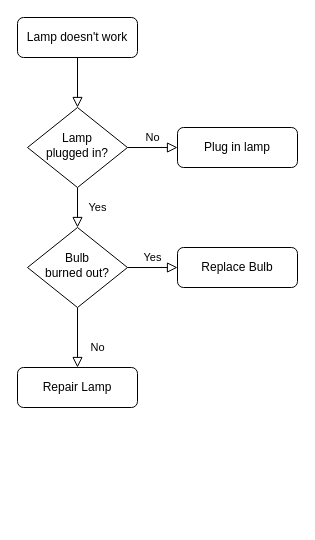
Before: Untitled Diagram.drawio in kiethuynh468/Test, a draw.io diagram. Source tidied: cells renumbered, new cells numbered last; positions are measured from the earlier drawing's top-left corner, leaving out a move shared by most shapes. Both pictures are drawn from the tidied source at 100%, with x=0, y=0 at pixel (17, 17).
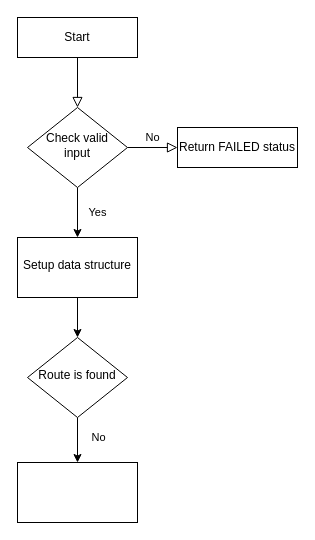
After the change.

What changed in the source:
```diff
@@
 <mxGraphModel>
   <root>
     <mxCell id="0" />
     <mxCell id="1" parent="0" />
     <mxCell id="2" style="rounded=0;html=1;jettySize=auto;fontSize=11;endArrow=block;endFill=0;endSize=8;strokeWidth=1;shadow=0;labelBackgroundColor=none;edgeStyle=orthogonalEdgeStyle;" parent="1" edge="1" source="3" target="6">
       <mxGeometry relative="1" as="geometry" />
     </mxCell>
-    <mxCell id="3" value="Lamp doesn't work" style="rounded=1;whiteSpace=wrap;html=1;fontSize=12;glass=0;strokeWidth=1;shadow=0;" parent="1" vertex="1">
+    <mxCell id="3" value="Start" style="rounded=0;whiteSpace=wrap;html=1;fontSize=12;glass=0;strokeWidth=1;shadow=0;" parent="1" vertex="1">
       <mxGeometry width="120" height="40" as="geometry" />
     </mxCell>
-    <mxCell id="4" value="Yes" style="rounded=0;html=1;jettySize=auto;fontSize=11;endArrow=block;endFill=0;endSize=8;strokeWidth=1;shadow=0;labelBackgroundColor=none;edgeStyle=orthogonalEdgeStyle;" parent="1" edge="1" source="6" target="10">
-      <mxGeometry y="20" relative="1" as="geometry" />
-    </mxCell>
     <mxCell id="5" value="No" style="edgeStyle=orthogonalEdgeStyle;rounded=0;html=1;jettySize=auto;fontSize=11;endArrow=block;endFill=0;endSize=8;strokeWidth=1;shadow=0;labelBackgroundColor=none;" parent="1" edge="1" source="6" target="7">
       <mxGeometry y="10" relative="1" as="geometry" />
     </mxCell>
+    <mxCell id="13" value="Yes" style="edgeStyle=orthogonalEdgeStyle;rounded=0;jettySize=auto;html=1;" parent="1" edge="1" source="6" target="15">
+      <mxGeometry y="20" relative="1" as="geometry" />
+    </mxCell>
-    <mxCell id="6" value="Lamp&lt;br&gt;plugged in?" style="rhombus;whiteSpace=wrap;html=1;shadow=0;fontFamily=Helvetica;fontSize=12;align=center;strokeWidth=1;spacing=6;spacingTop=-4;" parent="1" vertex="1">
+    <mxCell id="6" value="Check valid input" style="rhombus;whiteSpace=wrap;html=1;shadow=0;fontFamily=Helvetica;fontSize=12;align=center;strokeWidth=1;spacing=6;spacingTop=-4;" parent="1" vertex="1">
       <mxGeometry x="10" y="90" width="100" height="80" as="geometry" />
     </mxCell>
-    <mxCell id="7" value="Plug in lamp" style="rounded=1;whiteSpace=wrap;html=1;fontSize=12;glass=0;strokeWidth=1;shadow=0;" parent="1" vertex="1">
+    <mxCell id="7" value="Return FAILED status" style="rounded=0;whiteSpace=wrap;html=1;fontSize=12;glass=0;strokeWidth=1;shadow=0;" parent="1" vertex="1">
       <mxGeometry x="160" y="110" width="120" height="40" as="geometry" />
     </mxCell>
+    <mxCell id="14" style="edgeStyle=orthogonalEdgeStyle;rounded=0;jettySize=auto;html=1;" parent="1" edge="1" source="15" target="17">
+      <mxGeometry relative="1" as="geometry" />
+    </mxCell>
+    <mxCell id="15" value="Setup data structure" style="whiteSpace=wrap;html=1;shadow=0;strokeWidth=1;spacing=6;spacingTop=-4;rounded=0;" parent="1" vertex="1">
+      <mxGeometry y="220" width="120" height="60" as="geometry" />
+    </mxCell>
+    <mxCell id="16" style="edgeStyle=orthogonalEdgeStyle;rounded=0;jettySize=auto;html=1;" parent="1" edge="1" source="17" target="18">
+      <mxGeometry relative="1" as="geometry" />
+    </mxCell>
-    <mxCell id="8" value="No" style="rounded=0;html=1;jettySize=auto;fontSize=11;endArrow=block;endFill=0;endSize=8;strokeWidth=1;shadow=0;labelBackgroundColor=none;edgeStyle=orthogonalEdgeStyle;" parent="1" edge="1" source="10" target="11">
-      <mxGeometry x="0.33" y="20" relative="1" as="geometry" />
+    <mxCell id="8" value="No" style="edgeLabel;html=1;align=center;verticalAlign=middle;" parent="16" vertex="1">
+      <mxGeometry x="-0.28" relative="1" as="geometry">
+        <mxPoint x="20" y="3" as="offset" />
+      </mxGeometry>
     </mxCell>
-    <mxCell id="9" value="Yes" style="edgeStyle=orthogonalEdgeStyle;rounded=0;html=1;jettySize=auto;fontSize=11;endArrow=block;endFill=0;endSize=8;strokeWidth=1;shadow=0;labelBackgroundColor=none;" parent="1" edge="1" source="10" target="12">
-      <mxGeometry y="10" relative="1" as="geometry" />
-    </mxCell>
-    <mxCell id="10" value="Bulb&lt;br&gt;burned out?" style="rhombus;whiteSpace=wrap;html=1;shadow=0;fontFamily=Helvetica;fontSize=12;align=center;strokeWidth=1;spacing=6;spacingTop=-4;" parent="1" vertex="1">
-      <mxGeometry x="10" y="210" width="100" height="80" as="geometry" />
-    </mxCell>
-    <mxCell id="11" value="Repair Lamp" style="rounded=1;whiteSpace=wrap;html=1;fontSize=12;glass=0;strokeWidth=1;shadow=0;" parent="1" vertex="1">
-      <mxGeometry y="350" width="120" height="40" as="geometry" />
-    </mxCell>
-    <mxCell id="12" value="Replace Bulb" style="rounded=1;whiteSpace=wrap;html=1;fontSize=12;glass=0;strokeWidth=1;shadow=0;" parent="1" vertex="1">
-      <mxGeometry x="160" y="230" width="120" height="40" as="geometry" />
-    </mxCell>
+    <mxCell id="17" value="Route is found" style="rhombus;whiteSpace=wrap;html=1;shadow=0;fontFamily=Helvetica;fontSize=12;align=center;strokeWidth=1;spacing=6;spacingTop=-4;" parent="1" vertex="1">
+      <mxGeometry x="10" y="320" width="100" height="80" as="geometry" />
+    </mxCell>
+    <mxCell id="18" style="whiteSpace=wrap;html=1;shadow=0;strokeWidth=1;spacing=6;spacingTop=-4;" parent="1" vertex="1">
+      <mxGeometry y="445" width="120" height="60" as="geometry" />
+    </mxCell>
   </root>
 </mxGraphModel>
```
